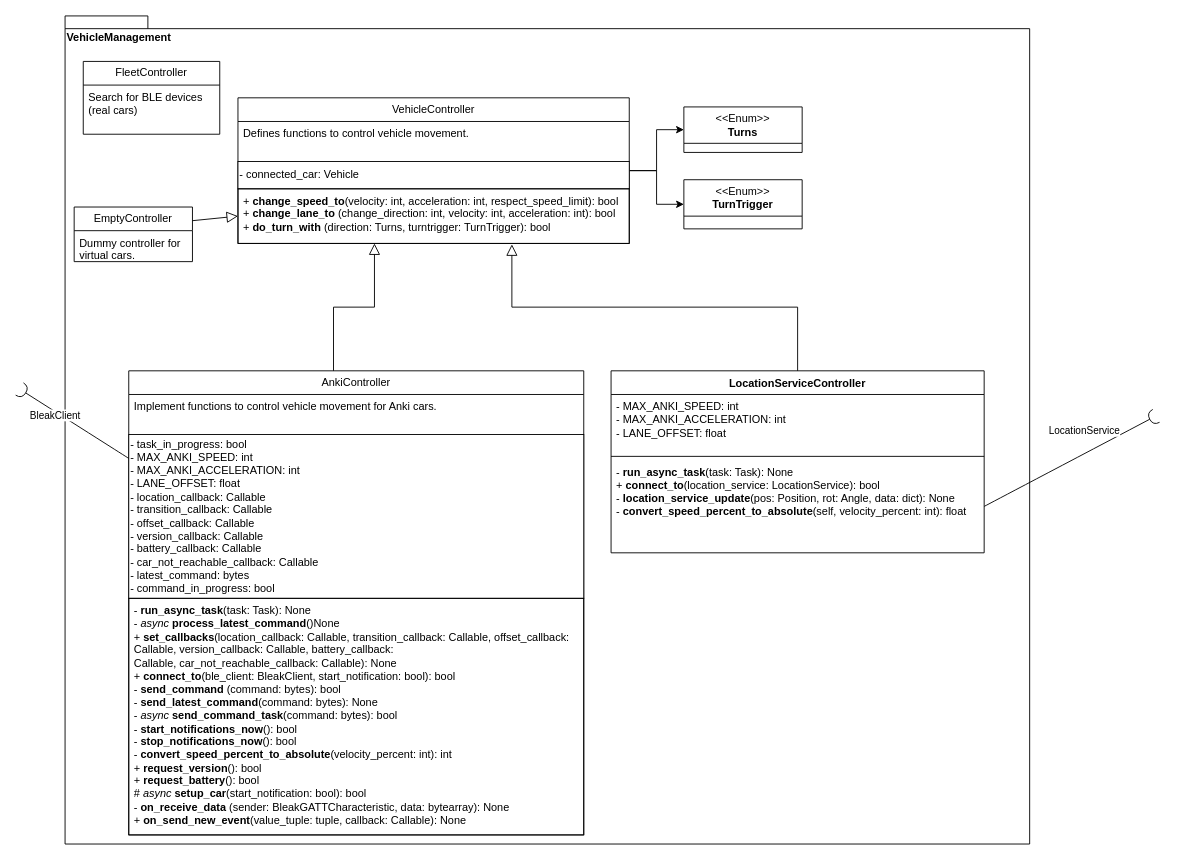
Before: src/VehicleManagement/VehicleManagement.drawio in iavofficial/IAV_Distortion, a draw.io diagram. Source tidied: cells renumbered, new cells numbered last; positions are measured from the earlier drawing's top-left corner, leaving out a move shared by most shapes. Both pictures are drawn from the tidied source at 91%, with x=0, y=0 at pixel (19, 15).
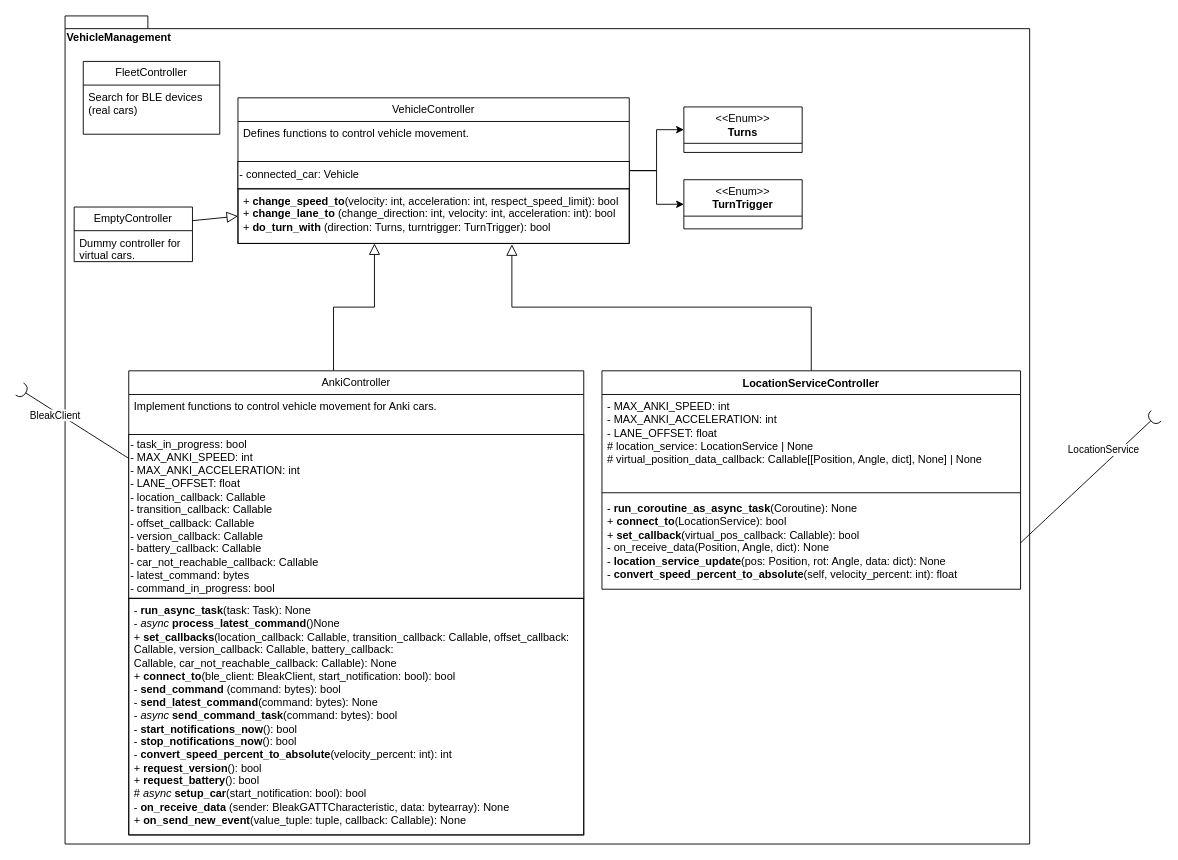
Above is the later version.

The edit, as a diff of the source:
```diff
@@
     <mxCell id="24" value="LocationServiceController" style="swimlane;fontStyle=1;align=center;verticalAlign=top;horizontal=1;startSize=26;whiteSpace=wrap;html=1;" parent="1" vertex="1">
-      <mxGeometry x="650" y="390" width="410" height="200" as="geometry" />
+      <mxGeometry x="640" y="390" width="460" height="240" as="geometry" />
     </mxCell>
-    <mxCell id="25" value="&lt;div style=&quot;border-color: var(--border-color);&quot;&gt;- MAX_ANKI_SPEED: int&lt;/div&gt;&lt;div style=&quot;border-color: var(--border-color);&quot;&gt;- MAX_ANKI_ACCELERATION: int&lt;/div&gt;&lt;div style=&quot;border-color: var(--border-color);&quot;&gt;- LANE_OFFSET: float&lt;/div&gt;" style="text;strokeColor=none;fillColor=none;align=left;verticalAlign=top;spacingLeft=4;spacingRight=4;overflow=hidden;whiteSpace=wrap;html=1;" parent="24" vertex="1">
-      <mxGeometry y="26" width="410" height="64" as="geometry" />
+    <mxCell id="25" value="&lt;div style=&quot;border-color: var(--border-color);&quot;&gt;- MAX_ANKI_SPEED: int&lt;/div&gt;&lt;div style=&quot;border-color: var(--border-color);&quot;&gt;- MAX_ANKI_ACCELERATION: int&lt;/div&gt;&lt;div style=&quot;border-color: var(--border-color);&quot;&gt;- LANE_OFFSET: float&lt;/div&gt;&lt;div style=&quot;border-color: var(--border-color);&quot;&gt;# location_service: LocationService | None&lt;br&gt;&lt;/div&gt;&lt;div style=&quot;border-color: var(--border-color);&quot;&gt;# virtual_position_data_callback: Callable[[Position, Angle, dict], None] | None&lt;br&gt;&lt;/div&gt;" style="text;strokeColor=none;fillColor=none;align=left;verticalAlign=top;spacingLeft=4;spacingRight=4;overflow=hidden;whiteSpace=wrap;html=1;" parent="24" vertex="1">
+      <mxGeometry y="26" width="460" height="104" as="geometry" />
     </mxCell>
     <mxCell id="26" style="line;strokeWidth=1;fillColor=none;align=left;verticalAlign=middle;spacingTop=-1;spacingLeft=3;spacingRight=3;labelPosition=right;strokeColor=inherit;" parent="24" vertex="1">
-      <mxGeometry y="90" width="410" height="8" as="geometry" />
+      <mxGeometry y="130" width="460" height="8" as="geometry" />
     </mxCell>
-    <mxCell id="27" value="-&amp;nbsp;&lt;b style=&quot;border-color: var(--border-color);&quot;&gt;run_async_task&lt;/b&gt;(task: Task): None&lt;br&gt;+&amp;nbsp;&lt;b&gt;connect_to&lt;/b&gt;(location_service: LocationService): bool&lt;br&gt;-&amp;nbsp;&lt;b&gt;location_service_update&lt;/b&gt;(pos: Position, rot: Angle, data: dict): None&lt;br&gt;-&amp;nbsp;&lt;b&gt;convert_speed_percent_to_absolute&lt;/b&gt;(self, velocity_percent: int): float" style="text;strokeColor=none;fillColor=none;align=left;verticalAlign=top;spacingLeft=4;spacingRight=4;overflow=hidden;points=[[0,0.5],[1,0.5]];portConstraint=eastwest;whiteSpace=wrap;html=1;" parent="24" vertex="1">
-      <mxGeometry y="98" width="410" height="102" as="geometry" />
+    <mxCell id="27" value="- &lt;b&gt;run_coroutine_as_async_task&lt;/b&gt;(Coroutine): None&lt;br&gt;+&amp;nbsp;&lt;b&gt;connect_to&lt;/b&gt;(LocationService): bool&lt;br&gt;+ &lt;b&gt;set_callback&lt;/b&gt;(virtual_pos_callback: Callable): bool&lt;br&gt;-&amp;nbsp;on_receive_data(Position, Angle, dict): None&lt;br&gt;-&amp;nbsp;&lt;b&gt;location_service_update&lt;/b&gt;(pos: Position, rot: Angle, data: dict): None&lt;br&gt;-&amp;nbsp;&lt;b&gt;convert_speed_percent_to_absolute&lt;/b&gt;(self, velocity_percent: int): float" style="text;strokeColor=none;fillColor=none;align=left;verticalAlign=top;spacingLeft=4;spacingRight=4;overflow=hidden;points=[[0,0.5],[1,0.5]];portConstraint=eastwest;whiteSpace=wrap;html=1;" parent="24" vertex="1">
+      <mxGeometry y="138" width="460" height="102" as="geometry" />
     </mxCell>
```
